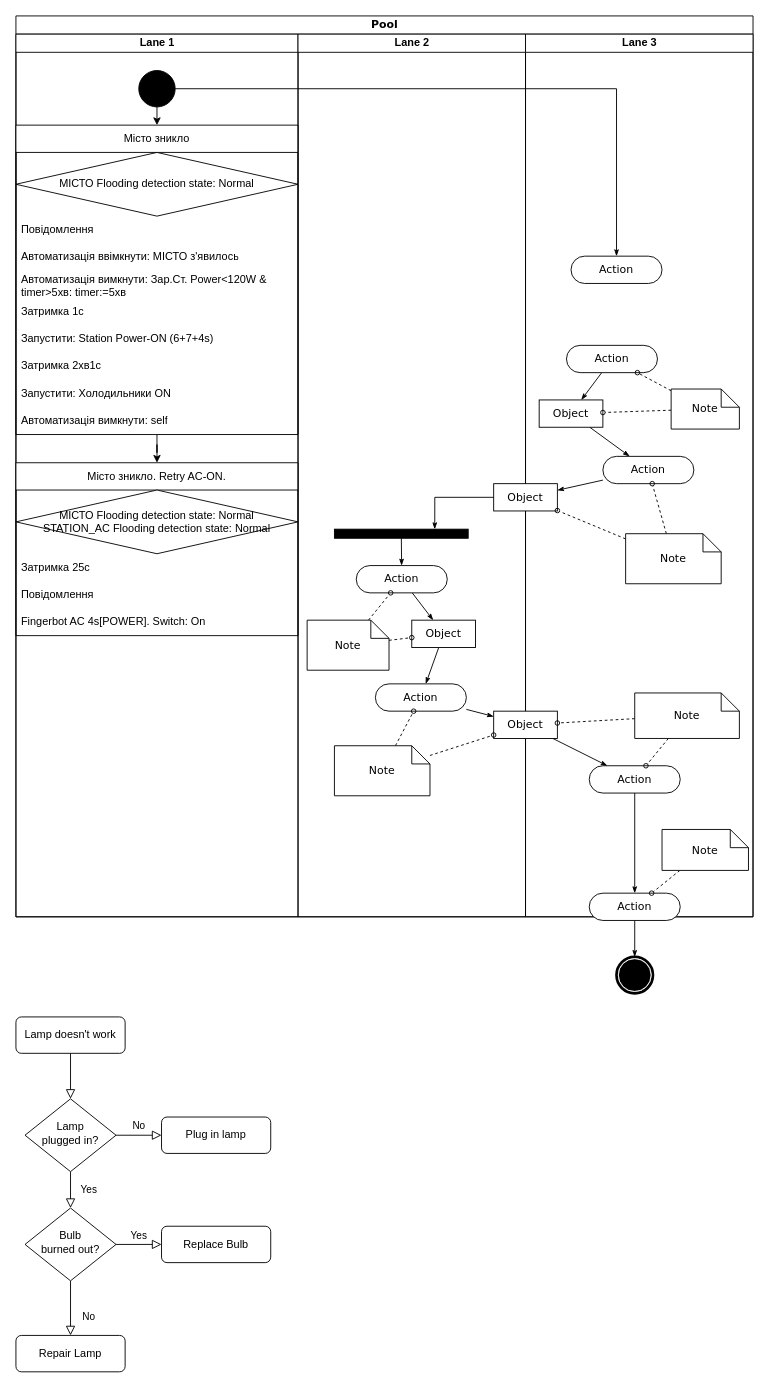
AndriiHaidai/SmartLife keeps this draw.io diagram as Діаграма без назви.drawio. Above is the earlier version. Source tidied: cells renumbered, new cells numbered last; positions are measured from the earlier drawing's top-left corner, leaving out a move shared by most shapes. Both pictures are drawn from the tidied source at 91%, with x=0, y=0 at pixel (15, 15).
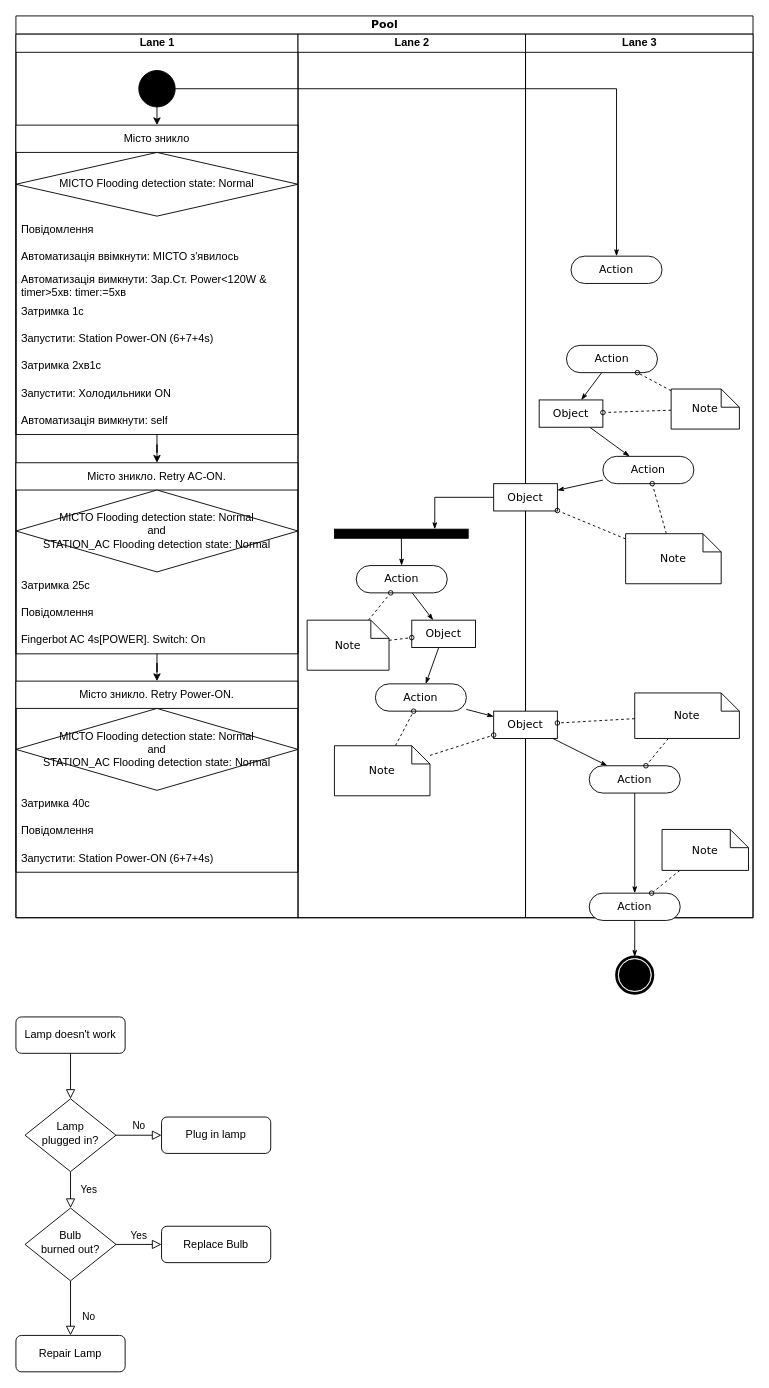
The same page after the edit.

Diff of the diagram source:
```diff
@@
     <mxCell id="2" value="Pool" style="swimlane;html=1;startSize=20;rounded=0;shadow=0;comic=0;labelBackgroundColor=none;strokeWidth=1;fontFamily=Verdana;fontSize=12;align=center;" parent="1" vertex="1">
-      <mxGeometry width="810" height="990" as="geometry" />
+      <mxGeometry width="810" height="991" as="geometry" />
     </mxCell>
     <mxCell id="3" value="Lane 1" style="swimlane;html=1;startSize=20;" parent="2" vertex="1">
-      <mxGeometry y="20" width="310" height="970" as="geometry" />
+      <mxGeometry y="20" width="310" height="971" as="geometry" />
     </mxCell>
@@
+    <mxCell id="77" style="edgeStyle=orthogonalEdgeStyle;rounded=0;jettySize=auto;html=1;" parent="3" edge="1" source="17" target="78">
+      <mxGeometry relative="1" as="geometry" />
+    </mxCell>
     <mxCell id="17" value="Місто зникло. Retry AC-ON." style="swimlane;fontStyle=0;horizontal=1;startSize=30;whiteSpace=wrap;html=1;" parent="3" vertex="1">
-      <mxGeometry y="471" width="310" height="190" as="geometry" />
+      <mxGeometry y="471" width="310" height="210" as="geometry" />
     </mxCell>
-    <mxCell id="18" value="МІСТО Flooding detection state: Normal&lt;div&gt;STATION_AC Flooding detection state: Normal&lt;/div&gt;" style="rhombus;whiteSpace=wrap;html=1;" parent="17" vertex="1">
-      <mxGeometry y="30" width="310" height="70" as="geometry" />
+    <mxCell id="18" value="МІСТО Flooding detection state: Normal&lt;div&gt;and&lt;br&gt;&lt;div&gt;STATION_AC Flooding detection state: Normal&lt;/div&gt;&lt;/div&gt;" style="rhombus;whiteSpace=wrap;html=1;" parent="17" vertex="1">
+      <mxGeometry y="30" width="310" height="90" as="geometry" />
     </mxCell>
     <mxCell id="19" value="Затримка 25с" style="text;strokeColor=none;fillColor=none;align=left;verticalAlign=middle;spacingLeft=4;spacingRight=4;overflow=hidden;whiteSpace=wrap;html=1;" parent="17" vertex="1">
-      <mxGeometry y="100" width="310" height="30" as="geometry" />
+      <mxGeometry y="120" width="310" height="30" as="geometry" />
     </mxCell>
     <mxCell id="20" value="Повідомлення" style="text;strokeColor=none;fillColor=none;align=left;verticalAlign=middle;spacingLeft=4;spacingRight=4;overflow=hidden;whiteSpace=wrap;html=1;" parent="17" vertex="1">
-      <mxGeometry y="130" width="310" height="30" as="geometry" />
+      <mxGeometry y="150" width="310" height="30" as="geometry" />
     </mxCell>
     <mxCell id="21" value="Fingerbot AC 4s[POWER]. Switch: On" style="text;strokeColor=none;fillColor=none;align=left;verticalAlign=middle;spacingLeft=4;spacingRight=4;overflow=hidden;whiteSpace=wrap;html=1;" parent="17" vertex="1">
-      <mxGeometry y="160" width="310" height="30" as="geometry" />
+      <mxGeometry y="180" width="310" height="30" as="geometry" />
     </mxCell>
+    <mxCell id="78" value="Місто зникло. Retry Power-ON." style="swimlane;fontStyle=0;horizontal=1;startSize=30;whiteSpace=wrap;html=1;" parent="3" vertex="1">
+      <mxGeometry y="711" width="310" height="210" as="geometry" />
+    </mxCell>
+    <mxCell id="79" value="МІСТО Flooding detection state: Normal&lt;div&gt;and&lt;br&gt;&lt;div&gt;STATION_AC Flooding detection state: Normal&lt;/div&gt;&lt;/div&gt;" style="rhombus;whiteSpace=wrap;html=1;" parent="78" vertex="1">
+      <mxGeometry y="30" width="310" height="90" as="geometry" />
+    </mxCell>
+    <mxCell id="80" value="Затримка 40с" style="text;strokeColor=none;fillColor=none;align=left;verticalAlign=middle;spacingLeft=4;spacingRight=4;overflow=hidden;whiteSpace=wrap;html=1;" parent="78" vertex="1">
+      <mxGeometry y="120" width="310" height="30" as="geometry" />
+    </mxCell>
+    <mxCell id="81" value="Повідомлення" style="text;strokeColor=none;fillColor=none;align=left;verticalAlign=middle;spacingLeft=4;spacingRight=4;overflow=hidden;whiteSpace=wrap;html=1;" parent="78" vertex="1">
+      <mxGeometry y="150" width="310" height="30" as="geometry" />
+    </mxCell>
+    <mxCell id="82" value="Запустити: Station Power-ON (6+7+4s)" style="text;strokeColor=none;fillColor=none;align=left;verticalAlign=middle;spacingLeft=4;spacingRight=4;overflow=hidden;whiteSpace=wrap;html=1;" parent="78" vertex="1">
+      <mxGeometry y="180" width="310" height="30" as="geometry" />
+    </mxCell>
     <mxCell id="22" value="Lane 2" style="swimlane;html=1;startSize=20;" parent="2" vertex="1">
-      <mxGeometry x="310" y="20" width="250" height="970" as="geometry" />
+      <mxGeometry x="310" y="20" width="250" height="971" as="geometry" />
     </mxCell>
@@
     <mxCell id="35" value="Lane 3" style="swimlane;html=1;startSize=20;" parent="2" vertex="1">
-      <mxGeometry x="560" y="20" width="250" height="970" as="geometry" />
+      <mxGeometry x="560" y="20" width="250" height="971" as="geometry" />
     </mxCell>
```
